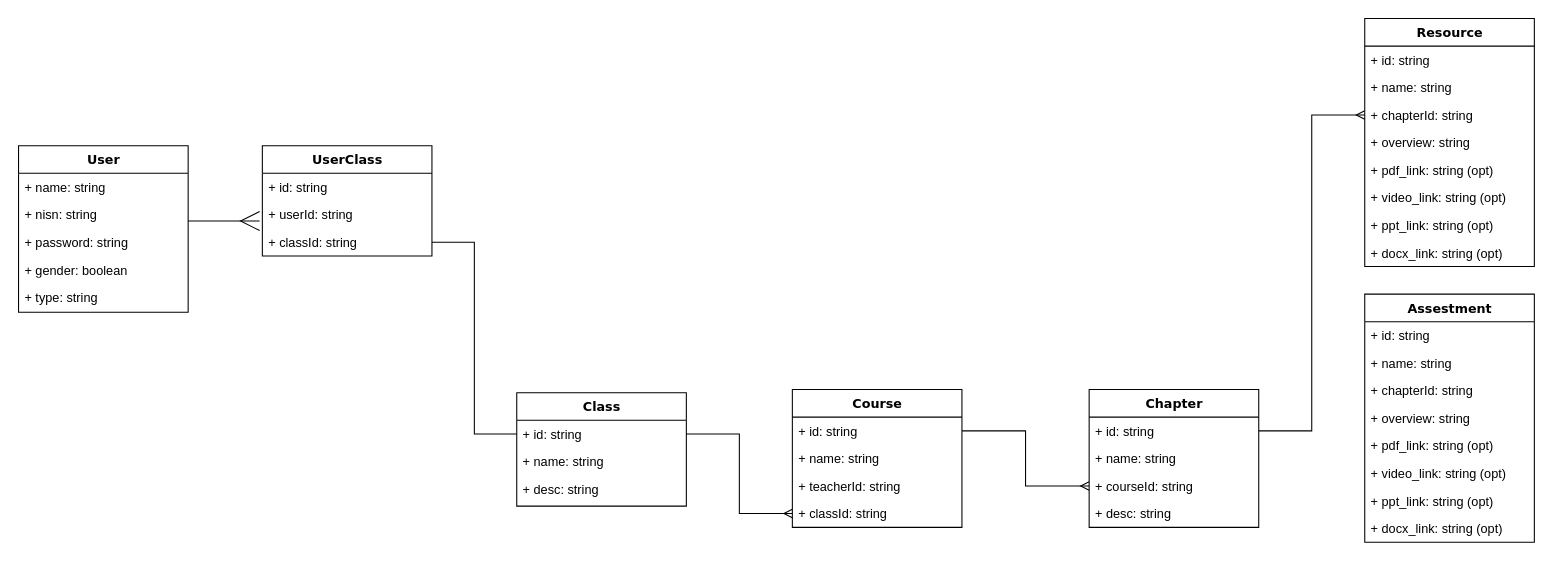
The draw.io diagram Untitled Diagram.drawio in rzlzrdf/studio-lms, before the edit. Source tidied: cells renumbered, new cells numbered last; positions are measured from the earlier drawing's top-left corner, leaving out a move shared by most shapes. Both pictures are drawn from the tidied source at 106%, with x=0, y=0 at pixel (18, 18).
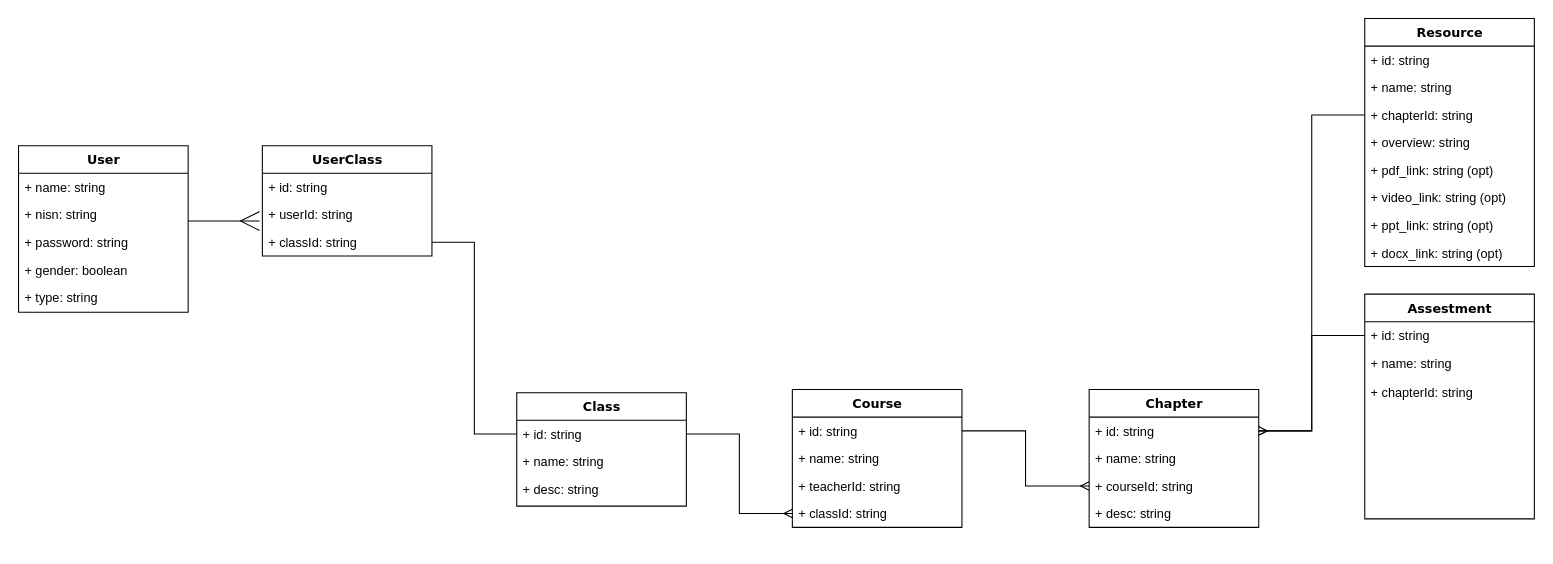
The same page after the edit.

The change refers to these unchanged cells:
```xml
<mxCell id="24" value="+ id: string" style="text;html=1;strokeColor=none;fillColor=none;align=left;verticalAlign=top;spacingLeft=4;spacingRight=4;whiteSpace=wrap;overflow=hidden;points=[[0,0.5],[1,0.5]];portConstraint=eastwest;" parent="23" vertex="1">
  <mxGeometry y="26" width="160" height="26" as="geometry" />
</mxCell>
<mxCell id="32" value="+ chapterId: string&lt;div&gt;&lt;br&gt;&lt;/div&gt;" style="text;html=1;strokeColor=none;fillColor=none;align=left;verticalAlign=top;spacingLeft=4;spacingRight=4;whiteSpace=wrap;overflow=hidden;points=[[0,0.5],[1,0.5]];portConstraint=eastwest;" parent="29" vertex="1">
  <mxGeometry y="78" width="160" height="26" as="geometry" />
</mxCell>
<mxCell id="41" value="+ id: string" style="text;html=1;strokeColor=none;fillColor=none;align=left;verticalAlign=top;spacingLeft=4;spacingRight=4;whiteSpace=wrap;overflow=hidden;points=[[0,0.5],[1,0.5]];portConstraint=eastwest;" parent="40" vertex="1">
  <mxGeometry y="26" width="160" height="26" as="geometry" />
</mxCell>
```

The edit, as a diff of the source:
```diff
@@
-    <mxCell id="38" style="edgeStyle=orthogonalEdgeStyle;rounded=0;jettySize=auto;html=1;entryX=0;entryY=0.5;entryDx=0;entryDy=0;endArrow=ERmany;endFill=0;" parent="1" edge="1" source="24" target="32">
+    <mxCell id="38" style="edgeStyle=orthogonalEdgeStyle;rounded=0;jettySize=auto;html=1;entryX=0;entryY=0.5;entryDx=0;entryDy=0;endArrow=none;endFill=0;startFill=0;startArrow=ERmany;" parent="1" edge="1" source="24" target="32">
       <mxGeometry relative="1" as="geometry" />
     </mxCell>
@@
     <mxCell id="40" value="Assestment" style="swimlane;html=1;fontStyle=1;align=center;verticalAlign=top;horizontal=1;startSize=26;swimlaneFillColor=#ffffff;rounded=0;shadow=0;comic=0;labelBackgroundColor=none;strokeWidth=1;fillColor=none;fontFamily=Verdana;fontSize=12;" parent="1" vertex="1">
-      <mxGeometry x="1270" y="260" width="160" height="234" as="geometry" />
+      <mxGeometry x="1270" y="260" width="160" height="212" as="geometry" />
     </mxCell>
@@
-    <mxCell id="42" value="+ name: string" style="text;html=1;strokeColor=none;fillColor=none;align=left;verticalAlign=top;spacingLeft=4;spacingRight=4;whiteSpace=wrap;overflow=hidden;" parent="40" vertex="1">
-      <mxGeometry y="52" width="160" height="26" as="geometry" />
+    <mxCell id="42" value="+ name: string" style="text;html=1;strokeColor=none;fillColor=none;align=left;verticalAlign=top;spacingLeft=4;spacingRight=4;whiteSpace=wrap;overflow=hidden;direction=west;" parent="40" vertex="1">
+      <mxGeometry y="52" width="160" height="28" as="geometry" />
     </mxCell>
-    <mxCell id="43" value="+ chapterId: string&lt;div&gt;&lt;br&gt;&lt;/div&gt;" style="text;html=1;strokeColor=none;fillColor=none;align=left;verticalAlign=top;spacingLeft=4;spacingRight=4;whiteSpace=wrap;overflow=hidden;" parent="40" vertex="1">
-      <mxGeometry y="78" width="160" height="26" as="geometry" />
+    <mxCell id="43" value="+ chapterId: string" style="text;html=1;strokeColor=none;fillColor=none;align=left;verticalAlign=top;spacingLeft=4;spacingRight=4;whiteSpace=wrap;overflow=hidden;direction=west;" parent="40" vertex="1">
+      <mxGeometry y="80" width="160" height="28" as="geometry" />
     </mxCell>
-    <mxCell id="44" value="+ overview: string&lt;div&gt;&lt;br&gt;&lt;/div&gt;" style="text;html=1;strokeColor=none;fillColor=none;align=left;verticalAlign=top;spacingLeft=4;spacingRight=4;whiteSpace=wrap;overflow=hidden;" parent="40" vertex="1">
-      <mxGeometry y="104" width="160" height="26" as="geometry" />
-    </mxCell>
-    <mxCell id="45" value="+ pdf_link: string (opt)&lt;div&gt;&lt;br&gt;&lt;/div&gt;" style="text;html=1;strokeColor=none;fillColor=none;align=left;verticalAlign=top;spacingLeft=4;spacingRight=4;whiteSpace=wrap;overflow=hidden;" parent="40" vertex="1">
-      <mxGeometry y="130" width="160" height="26" as="geometry" />
-    </mxCell>
-    <mxCell id="46" value="+ video_link: string (opt)&lt;div&gt;&lt;br&gt;&lt;/div&gt;" style="text;html=1;strokeColor=none;fillColor=none;align=left;verticalAlign=top;spacingLeft=4;spacingRight=4;whiteSpace=wrap;overflow=hidden;" parent="40" vertex="1">
-      <mxGeometry y="156" width="160" height="26" as="geometry" />
-    </mxCell>
-    <mxCell id="47" value="+ ppt_link: string (opt)&lt;div&gt;&lt;br&gt;&lt;/div&gt;" style="text;html=1;strokeColor=none;fillColor=none;align=left;verticalAlign=top;spacingLeft=4;spacingRight=4;whiteSpace=wrap;overflow=hidden;" parent="40" vertex="1">
-      <mxGeometry y="182" width="160" height="26" as="geometry" />
-    </mxCell>
-    <mxCell id="48" value="+ docx_link: string (opt)&lt;div&gt;&lt;br&gt;&lt;/div&gt;" style="text;html=1;strokeColor=none;fillColor=none;align=left;verticalAlign=top;spacingLeft=4;spacingRight=4;whiteSpace=wrap;overflow=hidden;" parent="40" vertex="1">
-      <mxGeometry y="208" width="160" height="26" as="geometry" />
-    </mxCell>
+    <mxCell id="49" style="edgeStyle=orthogonalEdgeStyle;rounded=0;jettySize=auto;html=1;entryX=0;entryY=0.5;entryDx=0;entryDy=0;endArrow=none;endFill=0;startFill=0;startArrow=ERmany;" parent="1" edge="1" source="24" target="41">
+      <mxGeometry relative="1" as="geometry" />
+    </mxCell>
```
